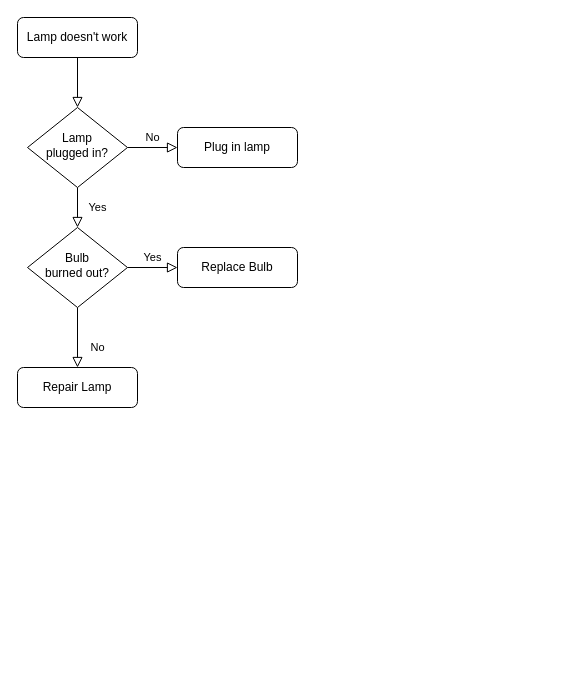
This is Untitled Diagram.drawio from favaskri/cv, a draw.io file, before an edit. Source tidied: cells renumbered, new cells numbered last; positions are measured from the earlier drawing's top-left corner, leaving out a move shared by most shapes. Both pictures are drawn from the tidied source at 100%, with x=0, y=0 at pixel (17, 17).
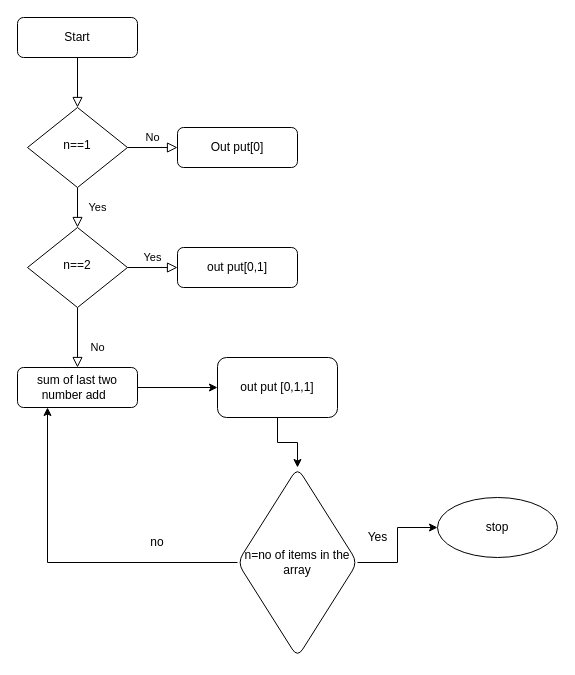
Above is the later version.

What changed in the source:
```diff
@@
-    <mxCell id="3" value="Lamp doesn't work" style="rounded=1;whiteSpace=wrap;html=1;fontSize=12;glass=0;strokeWidth=1;shadow=0;" parent="1" vertex="1">
+    <mxCell id="3" value="Start" style="rounded=1;whiteSpace=wrap;html=1;fontSize=12;glass=0;strokeWidth=1;shadow=0;" parent="1" vertex="1">
       <mxGeometry width="120" height="40" as="geometry" />
     </mxCell>
@@
-    <mxCell id="6" value="Lamp&lt;br&gt;plugged in?" style="rhombus;whiteSpace=wrap;html=1;shadow=0;fontFamily=Helvetica;fontSize=12;align=center;strokeWidth=1;spacing=6;spacingTop=-4;" parent="1" vertex="1">
+    <mxCell id="6" value="n==1" style="rhombus;whiteSpace=wrap;html=1;shadow=0;fontFamily=Helvetica;fontSize=12;align=center;strokeWidth=1;spacing=6;spacingTop=-4;" parent="1" vertex="1">
       <mxGeometry x="10" y="90" width="100" height="80" as="geometry" />
     </mxCell>
-    <mxCell id="7" value="Plug in lamp" style="rounded=1;whiteSpace=wrap;html=1;fontSize=12;glass=0;strokeWidth=1;shadow=0;" parent="1" vertex="1">
+    <mxCell id="7" value="Out put[0]" style="rounded=1;whiteSpace=wrap;html=1;fontSize=12;glass=0;strokeWidth=1;shadow=0;" parent="1" vertex="1">
       <mxGeometry x="160" y="110" width="120" height="40" as="geometry" />
     </mxCell>
@@
-    <mxCell id="10" value="Bulb&lt;br&gt;burned out?" style="rhombus;whiteSpace=wrap;html=1;shadow=0;fontFamily=Helvetica;fontSize=12;align=center;strokeWidth=1;spacing=6;spacingTop=-4;" parent="1" vertex="1">
+    <mxCell id="10" value="n==2" style="rhombus;whiteSpace=wrap;html=1;shadow=0;fontFamily=Helvetica;fontSize=12;align=center;strokeWidth=1;spacing=6;spacingTop=-4;" parent="1" vertex="1">
       <mxGeometry x="10" y="210" width="100" height="80" as="geometry" />
     </mxCell>
+    <mxCell id="13" style="edgeStyle=orthogonalEdgeStyle;rounded=0;jettySize=auto;html=1;" parent="1" edge="1" source="11" target="15">
+      <mxGeometry relative="1" as="geometry" />
+    </mxCell>
-    <mxCell id="11" value="Repair Lamp" style="rounded=1;whiteSpace=wrap;html=1;fontSize=12;glass=0;strokeWidth=1;shadow=0;" parent="1" vertex="1">
+    <mxCell id="11" value="sum of last two number add&amp;nbsp;&amp;nbsp;" style="rounded=1;whiteSpace=wrap;html=1;fontSize=12;glass=0;strokeWidth=1;shadow=0;" parent="1" vertex="1">
       <mxGeometry y="350" width="120" height="40" as="geometry" />
     </mxCell>
-    <mxCell id="12" value="Replace Bulb" style="rounded=1;whiteSpace=wrap;html=1;fontSize=12;glass=0;strokeWidth=1;shadow=0;" parent="1" vertex="1">
+    <mxCell id="12" value="out put[0,1]" style="rounded=1;whiteSpace=wrap;html=1;fontSize=12;glass=0;strokeWidth=1;shadow=0;" parent="1" vertex="1">
       <mxGeometry x="160" y="230" width="120" height="40" as="geometry" />
     </mxCell>
+    <mxCell id="14" style="edgeStyle=orthogonalEdgeStyle;rounded=0;jettySize=auto;html=1;" parent="1" edge="1" source="15" target="18">
+      <mxGeometry relative="1" as="geometry" />
+    </mxCell>
+    <mxCell id="15" value="out put [0,1,1]" style="whiteSpace=wrap;html=1;rounded=1;glass=0;strokeWidth=1;shadow=0;" parent="1" vertex="1">
+      <mxGeometry x="200" y="340" width="120" height="60" as="geometry" />
+    </mxCell>
+    <mxCell id="16" style="edgeStyle=orthogonalEdgeStyle;rounded=0;jettySize=auto;html=1;entryX=0.25;entryY=1;entryDx=0;entryDy=0;" parent="1" edge="1" source="18" target="11">
+      <mxGeometry relative="1" as="geometry" />
+    </mxCell>
+    <mxCell id="17" style="edgeStyle=orthogonalEdgeStyle;rounded=0;jettySize=auto;html=1;" parent="1" edge="1" source="18" target="19">
+      <mxGeometry relative="1" as="geometry">
+        <Array as="points">
+          <mxPoint x="380" y="545" />
+        </Array>
+      </mxGeometry>
+    </mxCell>
+    <mxCell id="18" value="n=no of items in the array" style="rhombus;whiteSpace=wrap;html=1;rounded=1;glass=0;strokeWidth=1;shadow=0;" parent="1" vertex="1">
+      <mxGeometry x="220" y="450" width="120" height="190" as="geometry" />
+    </mxCell>
+    <mxCell id="19" value="stop" style="ellipse;whiteSpace=wrap;html=1;rounded=1;glass=0;strokeWidth=1;shadow=0;" parent="1" vertex="1">
+      <mxGeometry x="420" y="480" width="120" height="60" as="geometry" />
+    </mxCell>
+    <mxCell id="20" value="no" style="text;html=1;strokeColor=none;fillColor=none;align=center;verticalAlign=middle;whiteSpace=wrap;rounded=0;" parent="1" vertex="1">
+      <mxGeometry x="110" y="510" width="60" height="30" as="geometry" />
+    </mxCell>
+    <mxCell id="21" value="Yes" style="text;html=1;align=center;verticalAlign=middle;strokeColor=none;fillColor=none;" parent="1" vertex="1">
+      <mxGeometry x="340" y="510" width="40" height="20" as="geometry" />
+    </mxCell>
```
